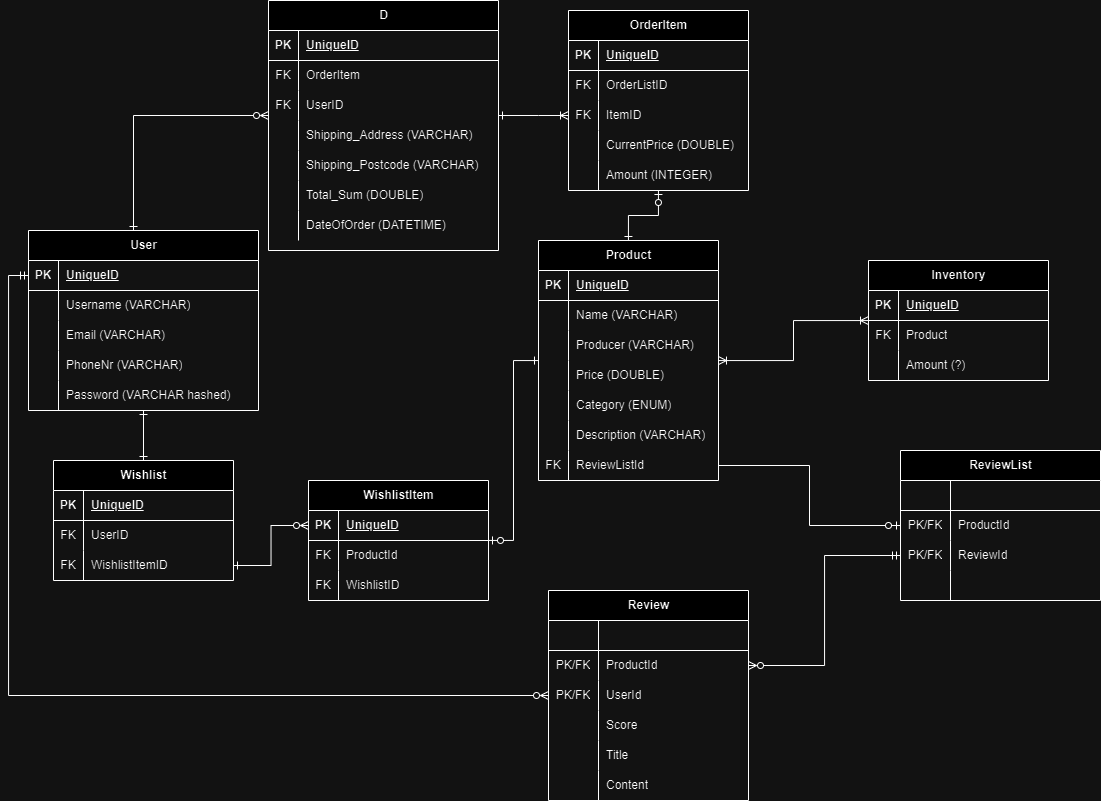
Earlier version of the draw.io export Documentation/ER diagram.png (TheGrevling/Project-Marketplace-Backend). Source tidied: cells renumbered, new cells last; positions are measured from the earlier drawing's top-left corner, leaving out a move shared by most shapes.
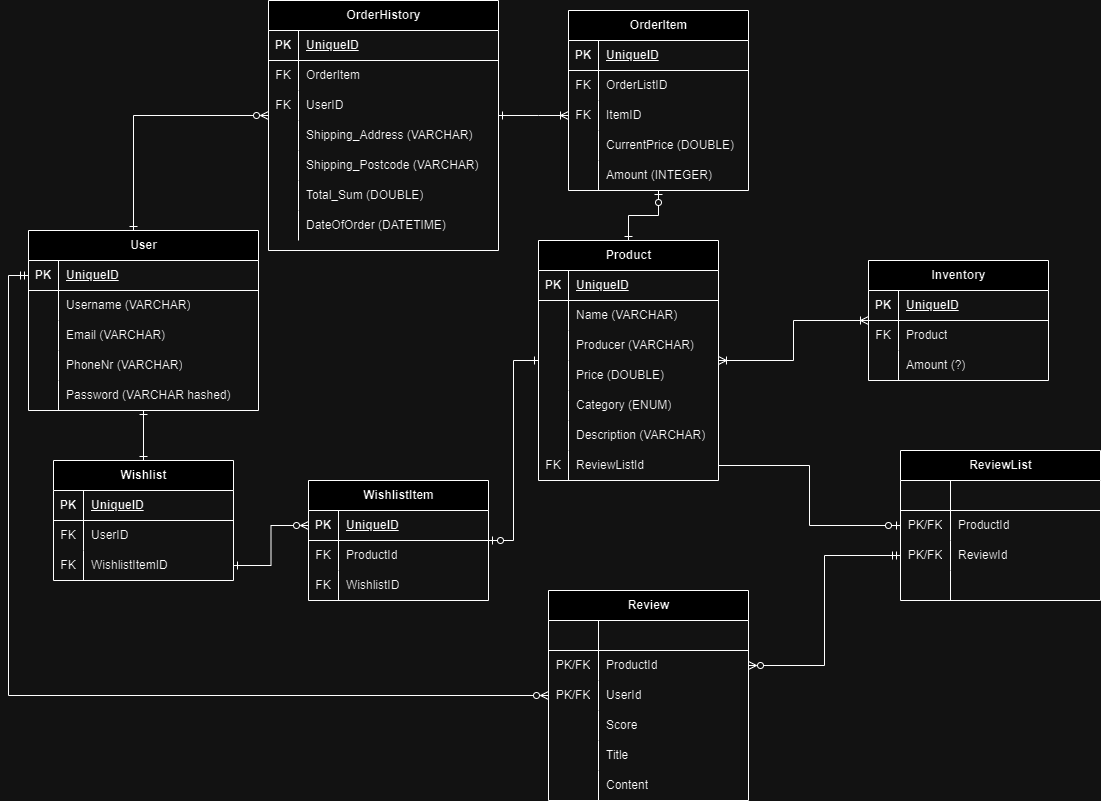
After the commit.

The edit, as a diff of the source:
```diff
@@ -68,7 +68,7 @@
         </Array>
       </mxGeometry>
     </mxCell>
-    <mxCell id="21" value="D" style="shape=table;startSize=30;rowLines=0;fontStyle=1;align=center;html=1;" parent="1" vertex="1">
+    <mxCell id="21" value="OrderHistory" style="shape=table;startSize=30;rowLines=0;fontStyle=1;align=center;html=1;" parent="1" vertex="1">
       <mxGeometry x="240" width="230" height="250" as="geometry" />
     </mxCell>
     <mxCell id="22" style="shape=tableRow;horizontal=0;startSize=0;swimlaneHead=0;swimlaneBody=0;fillColor=none;top=0;left=0;right=0;bottom=1;" parent="21" vertex="1">
```
